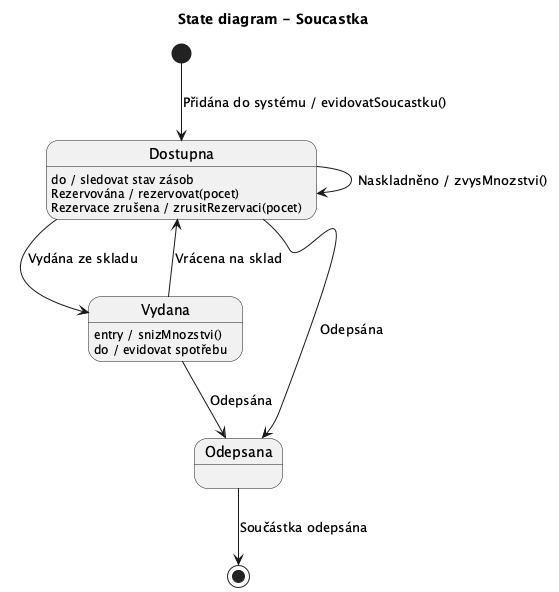
The PlantUML diagram docs/images/10_state_soucastka_projekt.png in lkvapil/wms-elektronicke-soucastky, before a commit.
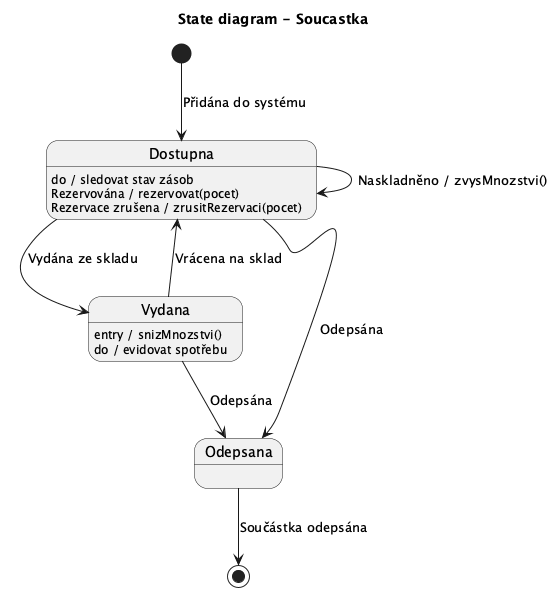
Later version of the same file.

Commit message:
Soucastka – odstraněna evidovatSoucastku(), vytvoření objektu = evidence

The edit, as a diff of the source:
```diff
@@ -3,7 +3,7 @@
 title State diagram - Soucastka
 
 
-[*] --> Dostupna : Přidána do systému / evidovatSoucastku()
+[*] --> Dostupna : Přidána do systému
 
 Dostupna : do / sledovat stav zásob
 Dostupna : Rezervována / rezervovat(pocet)
```
